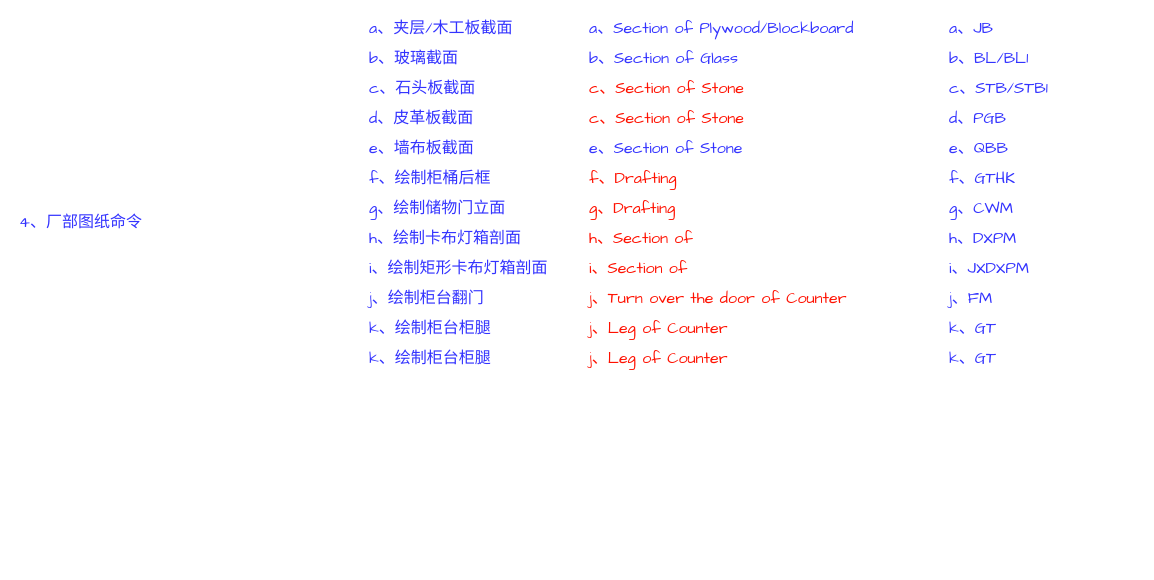
Above: page "厂部图纸命令" (5 of 6) of BF_CustomTools/bin/Debug/需求规划文档.drawio in zuiyuewu1102/AidedDraftingTools (draw.io), before the change. Source tidied: cells renumbered, new cells numbered last; positions are measured from the earlier drawing's top-left corner, leaving out a move shared by most shapes. Both pictures are drawn from the tidied source at 100%, with x=0, y=0 at pixel (17, 18).
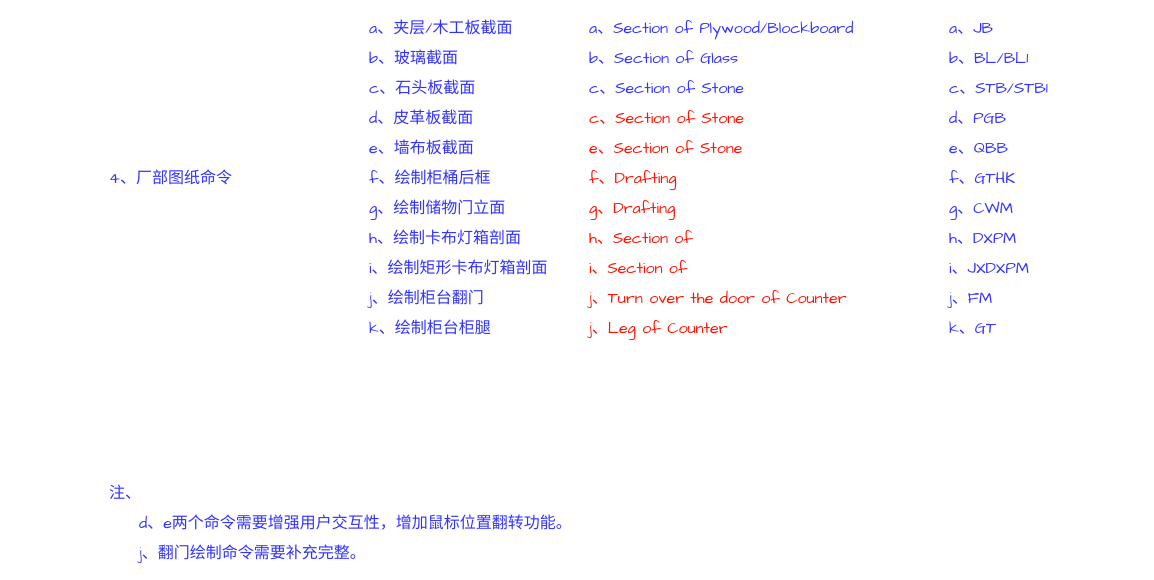
The same diagram, later.

Diff of the diagram source:
```diff
@@
-    <mxCell id="9" value="c、Section of Stone" style="text;html=1;strokeColor=none;fillColor=none;align=left;verticalAlign=middle;whiteSpace=wrap;rounded=0;fontSize=16;fontFamily=Comic Sans MS;fontColor=#FF1100;" parent="1" vertex="1">
+    <mxCell id="9" value="c、Section of Stone" style="text;html=1;strokeColor=none;fillColor=none;align=left;verticalAlign=middle;whiteSpace=wrap;rounded=0;fontSize=16;fontFamily=Comic Sans MS;fontColor=#3333FF;" parent="1" vertex="1">
       <mxGeometry x="570" y="60" width="350" height="20" as="geometry" />
     </mxCell>
@@
-    <mxCell id="15" value="e、Section of Stone" style="text;html=1;strokeColor=none;fillColor=none;align=left;verticalAlign=middle;whiteSpace=wrap;rounded=0;fontSize=16;fontFamily=Comic Sans MS;fontColor=#3333FF;" parent="1" vertex="1">
+    <mxCell id="15" value="e、Section of Stone" style="text;html=1;strokeColor=none;fillColor=none;align=left;verticalAlign=middle;whiteSpace=wrap;rounded=0;fontSize=16;fontFamily=Comic Sans MS;fontColor=#FF1100;" parent="1" vertex="1">
       <mxGeometry x="570" y="120" width="350" height="20" as="geometry" />
     </mxCell>
@@
-    <mxCell id="35" value="k、绘制柜台柜腿" style="text;html=1;strokeColor=none;fillColor=none;align=left;verticalAlign=middle;whiteSpace=wrap;rounded=0;fontSize=16;fontFamily=Comic Sans MS;fontColor=#3333FF;" parent="1" vertex="1">
-      <mxGeometry x="350" y="330" width="210" height="20" as="geometry" />
-    </mxCell>
-    <mxCell id="36" value="j、Leg of&amp;nbsp;Counter&amp;nbsp;" style="text;html=1;strokeColor=none;fillColor=none;align=left;verticalAlign=middle;whiteSpace=wrap;rounded=0;fontSize=16;fontFamily=Comic Sans MS;fontColor=#FF1100;" parent="1" vertex="1">
-      <mxGeometry x="570" y="330" width="350" height="20" as="geometry" />
-    </mxCell>
-    <mxCell id="37" value="k、GT" style="text;html=1;strokeColor=none;fillColor=none;align=left;verticalAlign=middle;whiteSpace=wrap;rounded=0;fontSize=16;fontFamily=Comic Sans MS;fontColor=#3333FF;" parent="1" vertex="1">
-      <mxGeometry x="930" y="330" width="120" height="20" as="geometry" />
-    </mxCell>
     <mxCell id="38" value="4、厂部图纸命令" style="text;html=1;strokeColor=none;fillColor=none;align=left;verticalAlign=middle;whiteSpace=wrap;rounded=0;fontSize=16;fontFamily=Comic Sans MS;fontColor=#3333FF;" parent="1" vertex="1">
-      <mxGeometry y="194" width="130" height="20" as="geometry" />
+      <mxGeometry x="90" y="150" width="130" height="20" as="geometry" />
     </mxCell>
+    <mxCell id="39" value="注、" style="text;html=1;strokeColor=none;fillColor=none;align=left;verticalAlign=middle;whiteSpace=wrap;rounded=0;fontSize=16;fontFamily=Comic Sans MS;fontColor=#3333FF;" parent="1" vertex="1">
+      <mxGeometry x="90" y="465" width="210" height="20" as="geometry" />
+    </mxCell>
+    <mxCell id="40" value="d、e两个命令需要增强用户交互性，增加鼠标位置翻转功能。" style="text;html=1;strokeColor=none;fillColor=none;align=left;verticalAlign=middle;whiteSpace=wrap;rounded=0;fontSize=16;fontFamily=Comic Sans MS;fontColor=#3333FF;" parent="1" vertex="1">
+      <mxGeometry x="120" y="495" width="1000" height="20" as="geometry" />
+    </mxCell>
+    <mxCell id="41" value="j、翻门绘制命令需要补充完整。" style="text;html=1;strokeColor=none;fillColor=none;align=left;verticalAlign=middle;whiteSpace=wrap;rounded=0;fontSize=16;fontFamily=Comic Sans MS;fontColor=#3333FF;" parent="1" vertex="1">
+      <mxGeometry x="120" y="525" width="1000" height="20" as="geometry" />
+    </mxCell>
```
